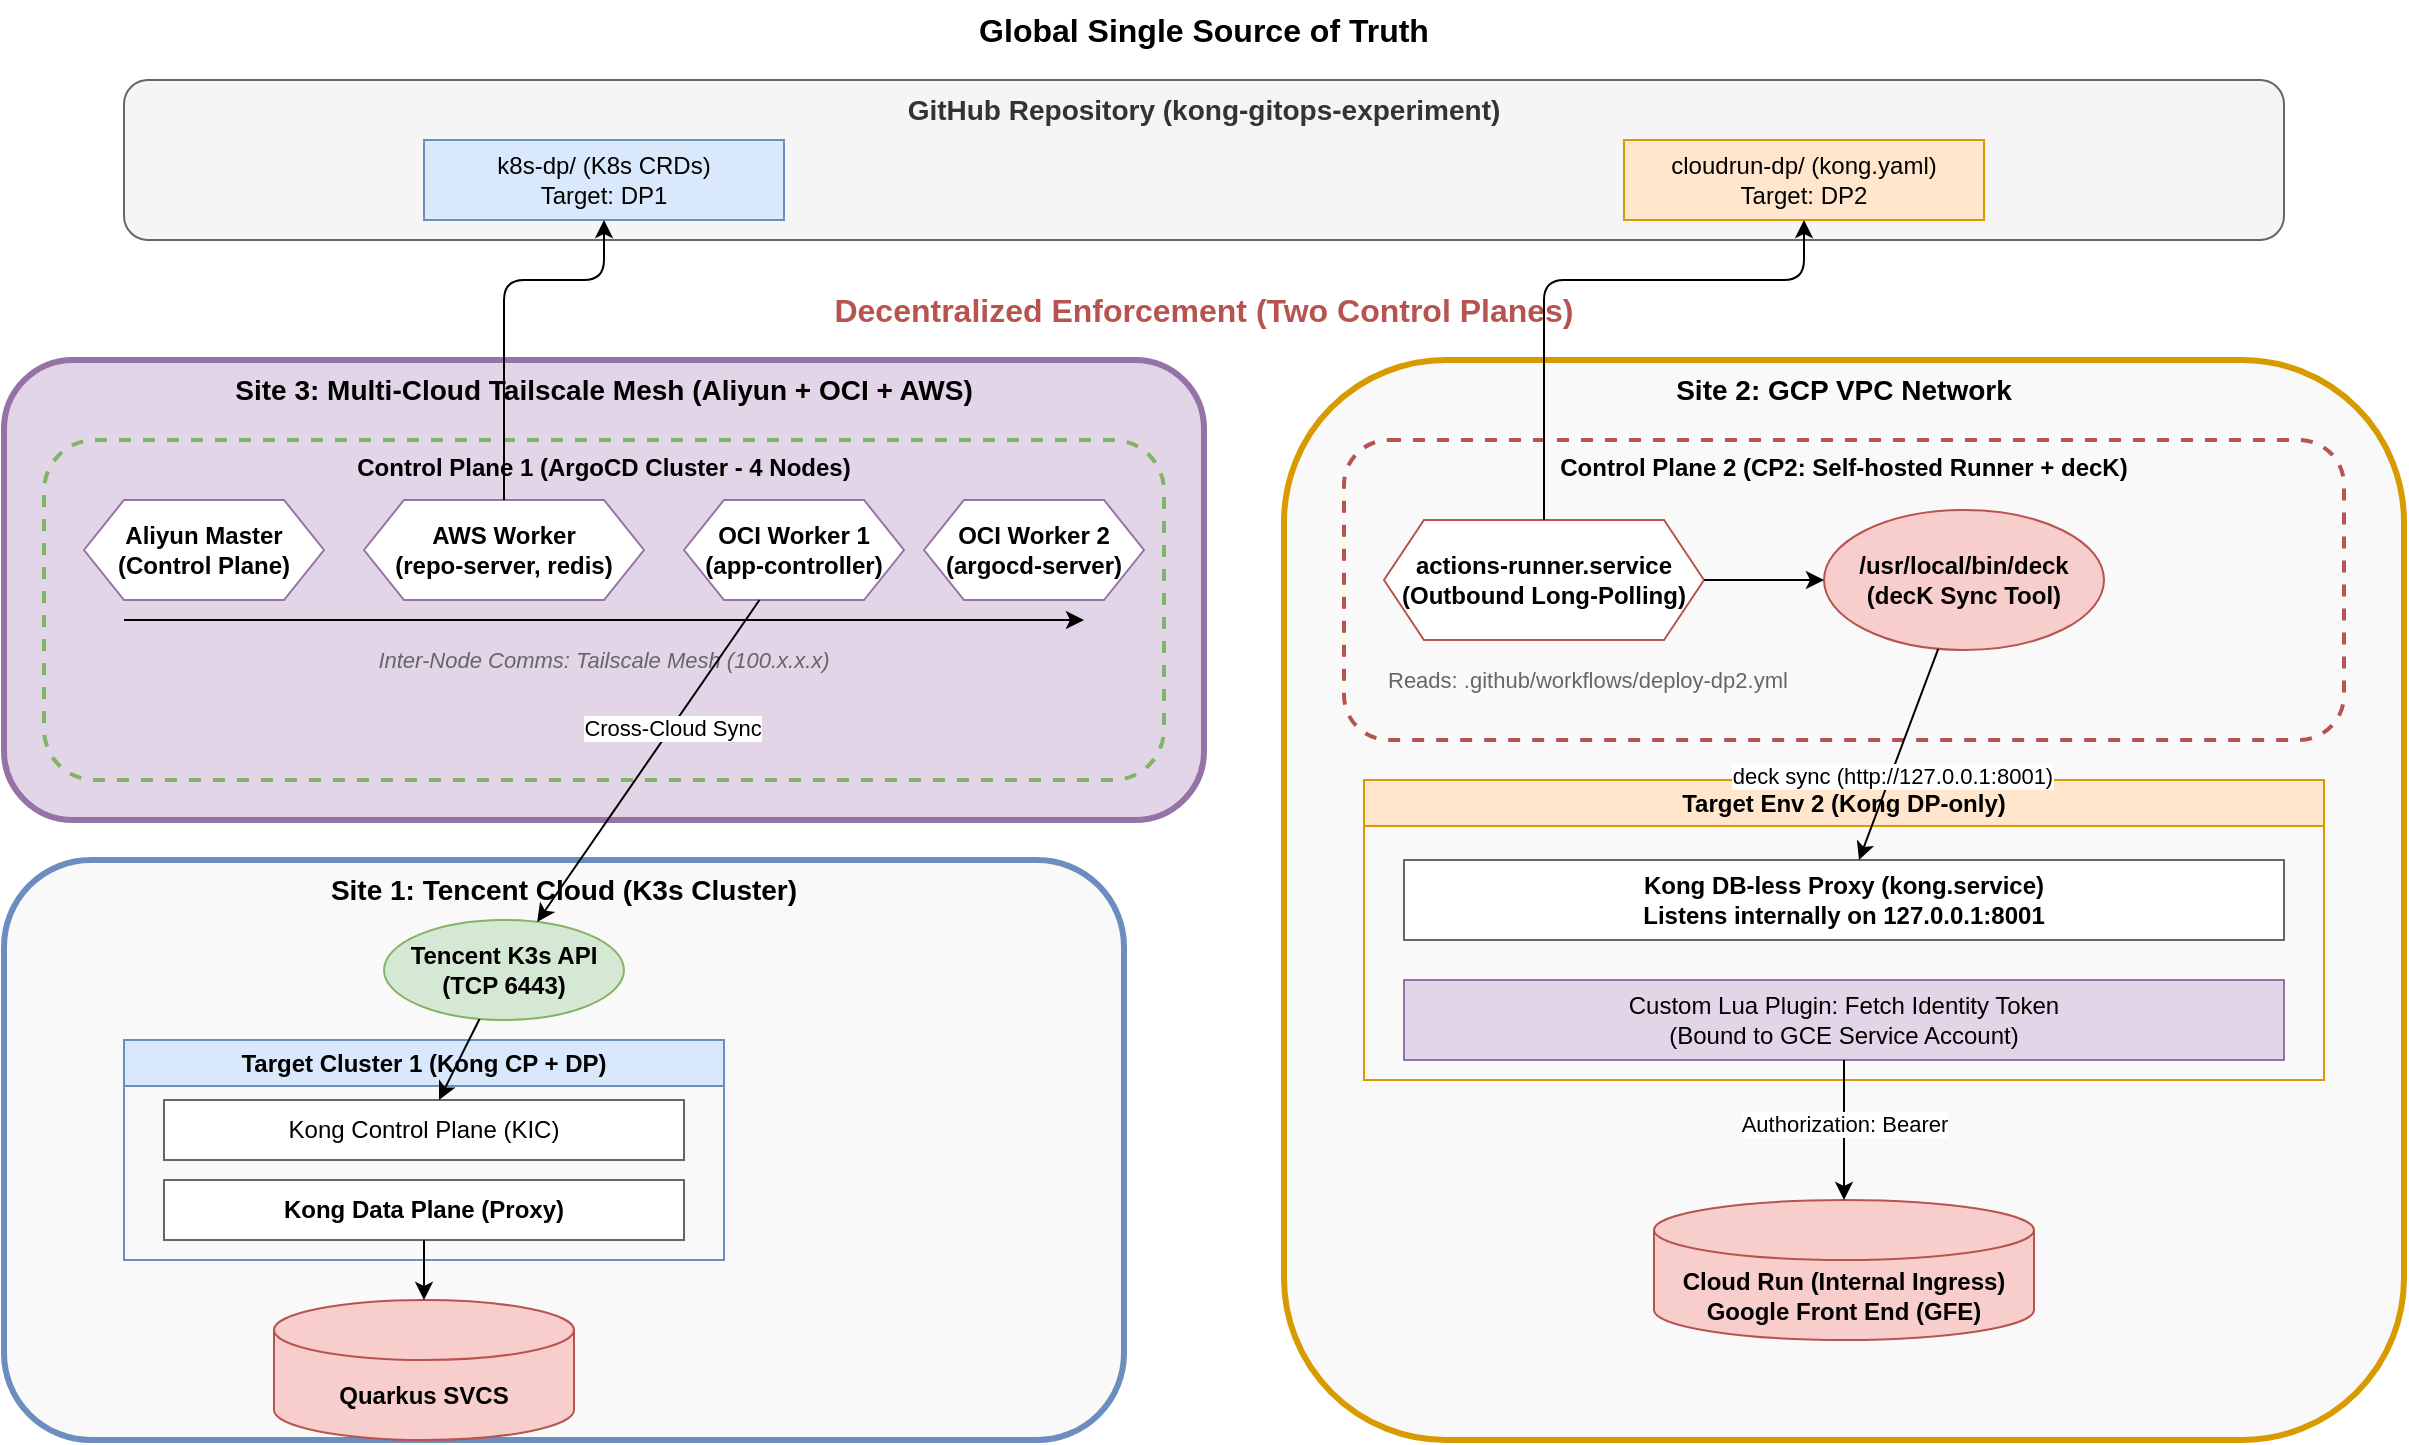
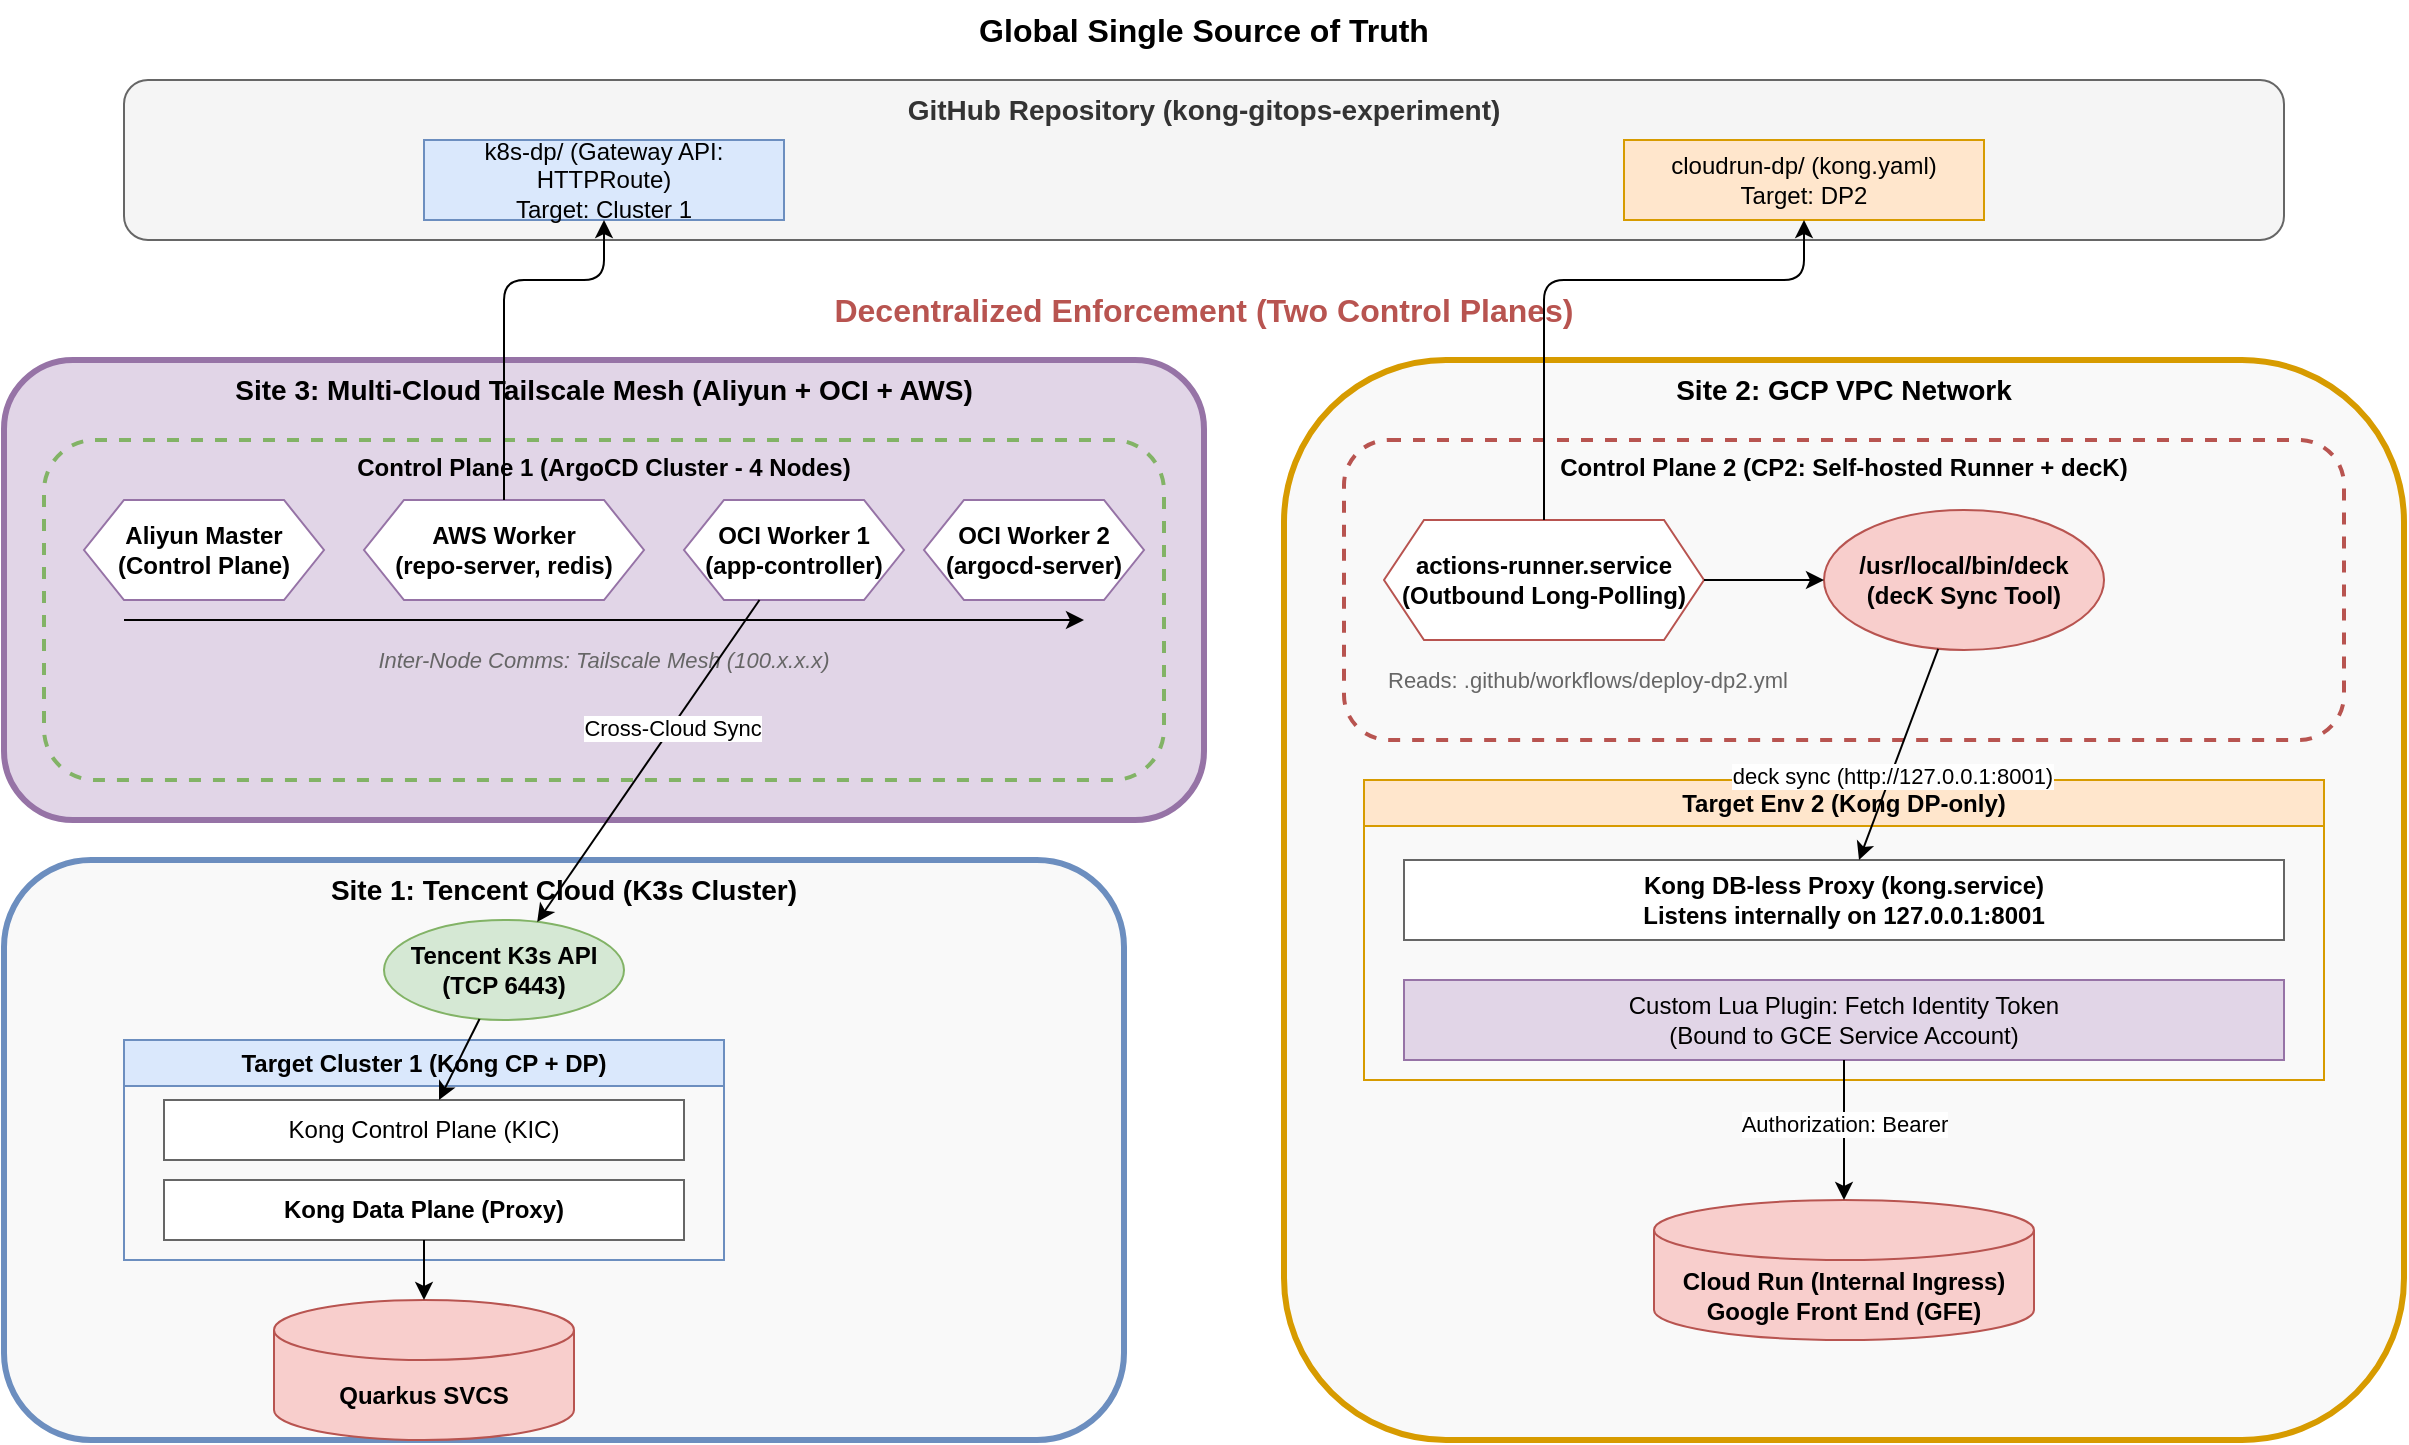
<mxfile host="Electron" modified="2026-06-06T14:45:00.000Z" agent="Mozilla/5.0" version="22.1.2" type="device">
  <diagram id="kong-gitops-cp-details" name="Architecture">
    <mxGraphModel dx="1434" dy="844" grid="1" gridSize="10" guides="1" tooltips="1" connect="1" arrows="1" fold="1" page="1" pageScale="1" pageWidth="1300" pageHeight="900" math="0" shadow="0">
      <root>
        <mxCell id="0" />
        <mxCell id="1" parent="0" />

        <!-- Global Truth -->
        <mxCell id="global_truth" value="Global Single Source of Truth" style="text;html=1;strokeColor=none;fillColor=none;align=center;verticalAlign=middle;whiteSpace=wrap;rounded=0;fontStyle=1;fontSize=16;" vertex="1" parent="1">
          <mxGeometry x="500" y="10" width="280" height="30" as="geometry" />
        </mxCell>

        <!-- GitHub Repo Box -->
        <mxCell id="github_repo" value="GitHub Repository (kong-gitops-experiment)" style="rounded=1;whiteSpace=wrap;html=1;fillColor=#f5f5f5;fontStyle=1;strokeColor=#666666;fontColor=#333333;verticalAlign=top;fontSize=14;" vertex="1" parent="1">
          <mxGeometry x="100" y="50" width="1080" height="80" as="geometry" />
        </mxCell>

-         <mxCell id="github_k8s_code" value="k8s-dp/ (K8s CRDs)&#10;Target: DP1" style="rounded=0;whiteSpace=wrap;html=1;fillColor=#dae8fc;strokeColor=#6c8ebf;" vertex="1" parent="1">
+         <mxCell id="github_k8s_code" value="k8s-dp/ (Gateway API: HTTPRoute)&#10;Target: Cluster 1" style="rounded=0;whiteSpace=wrap;html=1;fillColor=#dae8fc;strokeColor=#6c8ebf;" vertex="1" parent="1">
          <mxGeometry x="250" y="80" width="180" height="40" as="geometry" />
        </mxCell>

        <mxCell id="github_cr_code" value="cloudrun-dp/ (kong.yaml)&#10;Target: DP2" style="rounded=0;whiteSpace=wrap;html=1;fillColor=#ffe6cc;strokeColor=#d79b00;" vertex="1" parent="1">
          <mxGeometry x="850" y="80" width="180" height="40" as="geometry" />
        </mxCell>

        <!-- Decentralized Control Planes Header -->
        <mxCell id="decentralized_label" value="Decentralized Enforcement (Two Control Planes)" style="text;html=1;strokeColor=none;fillColor=none;align=center;verticalAlign=middle;whiteSpace=wrap;rounded=0;fontStyle=1;fontSize=16;fontColor=#b85450;" vertex="1" parent="1">
          <mxGeometry x="450" y="150" width="380" height="30" as="geometry" />
        </mxCell>

        <!-- Site 3: OCI & Aliyun & AWS -->
        <mxCell id="oci_cloud" value="Site 3: Multi-Cloud Tailscale Mesh (Aliyun + OCI + AWS)" style="rounded=1;whiteSpace=wrap;html=1;fillColor=#e1d5e7;strokeColor=#9673a6;strokeWidth=3;verticalAlign=top;fontStyle=1;fontSize=14;" vertex="1" parent="1">
          <mxGeometry x="40" y="190" width="600" height="230" as="geometry" />
        </mxCell>

        <!-- Site 1: Tencent Cloud -->
        <mxCell id="lan_cluster" value="Site 1: Tencent Cloud (K3s Cluster)" style="rounded=1;whiteSpace=wrap;html=1;fillColor=#f9f9f9;strokeColor=#6c8ebf;strokeWidth=3;verticalAlign=top;fontStyle=1;fontSize=14;" vertex="1" parent="1">
          <mxGeometry x="40" y="440" width="560" height="290" as="geometry" />
        </mxCell>

        <!-- Site 2: GCP -->
        <mxCell id="gcp_vpc" value="Site 2: GCP VPC Network" style="rounded=1;whiteSpace=wrap;html=1;fillColor=#f9f9f9;strokeColor=#d79b00;strokeWidth=3;verticalAlign=top;fontStyle=1;fontSize=14;" vertex="1" parent="1">
          <mxGeometry x="680" y="190" width="560" height="540" as="geometry" />
        </mxCell>

        <!-- CP1 Box (Cross-Cloud) -->
        <mxCell id="cp1_box" value="Control Plane 1 (ArgoCD Cluster - 4 Nodes)" style="rounded=1;whiteSpace=wrap;html=1;fillColor=none;strokeColor=#82b366;strokeWidth=2;dashed=1;verticalAlign=top;fontStyle=1;" vertex="1" parent="1">
          <mxGeometry x="60" y="230" width="560" height="170" as="geometry" />
        </mxCell>

        <mxCell id="cp1_aliyun" value="Aliyun Master&#10;(Control Plane)" style="shape=hexagon;perimeter=hexagonPerimeter2;whiteSpace=wrap;html=1;fixedSize=1;fillColor=#ffffff;strokeColor=#9673a6;fontStyle=1" vertex="1" parent="cp1_box">
          <mxGeometry x="20" y="30" width="120" height="50" as="geometry" />
        </mxCell>

        <mxCell id="cp1_aws" value="AWS Worker&#10;(repo-server, redis)" style="shape=hexagon;perimeter=hexagonPerimeter2;whiteSpace=wrap;html=1;fixedSize=1;fillColor=#ffffff;strokeColor=#9673a6;fontStyle=1" vertex="1" parent="cp1_box">
          <mxGeometry x="160" y="30" width="140" height="50" as="geometry" />
        </mxCell>

        <mxCell id="cp1_oci1" value="OCI Worker 1&#10;(app-controller)" style="shape=hexagon;perimeter=hexagonPerimeter2;whiteSpace=wrap;html=1;fixedSize=1;fillColor=#ffffff;strokeColor=#9673a6;fontStyle=1" vertex="1" parent="cp1_box">
          <mxGeometry x="320" y="30" width="110" height="50" as="geometry" />
        </mxCell>

        <mxCell id="cp1_oci2" value="OCI Worker 2&#10;(argocd-server)" style="shape=hexagon;perimeter=hexagonPerimeter2;whiteSpace=wrap;html=1;fixedSize=1;fillColor=#ffffff;strokeColor=#9673a6;fontStyle=1" vertex="1" parent="cp1_box">
          <mxGeometry x="440" y="30" width="110" height="50" as="geometry" />
        </mxCell>

        <!-- Tailscale Mesh Network inside CP1 -->
        <mxCell id="cp1_tailscale_desc" value="Inter-Node Comms: Tailscale Mesh (100.x.x.x)" style="text;html=1;strokeColor=none;fillColor=none;align=center;verticalAlign=middle;whiteSpace=wrap;rounded=0;fontStyle=2;fontSize=11;fontColor=#666666;" vertex="1" parent="cp1_box">
          <mxGeometry x="130" y="100" width="300" height="20" as="geometry" />
        </mxCell>
        <mxCell id="cp1_tailscale_line" edge="1" parent="cp1_box">
          <mxGeometry width="50" height="50" relative="1" as="geometry">
            <mxPoint x="40" y="90" as="sourcePoint" />
            <mxPoint x="520" y="90" as="targetPoint" />
          </mxGeometry>
        </mxCell>

        <!-- K8s API in Tencent -->
        <mxCell id="tencent_api" value="Tencent K3s API&#10;(TCP 6443)" style="ellipse;whiteSpace=wrap;html=1;fillColor=#d5e8d4;strokeColor=#82b366;fontStyle=1" vertex="1" parent="1">
          <mxGeometry x="230" y="470" width="120" height="50" as="geometry" />
        </mxCell>

        <!-- ArgoCD Application Controller -> Tencent API -->
        <mxCell id="argo_to_tencent" edge="1" parent="1" source="cp1_oci1" target="tencent_api">
          <mxGeometry relative="1" as="geometry" />
        </mxCell>
        <mxCell id="label_argo_sync" value="Cross-Cloud Sync" style="edgeLabel;html=1;align=center;verticalAlign=middle;resizable=0;points=[];" vertex="1" connectable="0" parent="argo_to_tencent">
          <mxGeometry x="-0.2" relative="1" as="geometry">
            <mxPoint as="offset" />
          </mxGeometry>
        </mxCell>

        <!-- DP1 (Tencent KIC) -->
        <mxCell id="dp1_box" value="Target Cluster 1 (Kong CP + DP)" style="swimlane;whiteSpace=wrap;html=1;fillColor=#dae8fc;strokeColor=#6c8ebf;fontStyle=1" vertex="1" parent="1">
          <mxGeometry x="100" y="530" width="300" height="110" as="geometry" />
        </mxCell>
        <mxCell id="kic1" value="Kong Control Plane (KIC)" style="rounded=0;whiteSpace=wrap;html=1;fillColor=#ffffff;strokeColor=#666666;" vertex="1" parent="dp1_box">
          <mxGeometry x="20" y="30" width="260" height="30" as="geometry" />
        </mxCell>
        <mxCell id="proxy1" value="Kong Data Plane (Proxy)" style="rounded=0;whiteSpace=wrap;html=1;fillColor=#ffffff;strokeColor=#666666;fontStyle=1" vertex="1" parent="dp1_box">
          <mxGeometry x="20" y="70" width="260" height="30" as="geometry" />
        </mxCell>

        <mxCell id="tencent_api_to_kic" edge="1" parent="1" source="tencent_api" target="kic1">
          <mxGeometry relative="1" as="geometry" />
        </mxCell>

        <!-- CP2 Box -->
        <mxCell id="cp2_box" value="Control Plane 2 (CP2: Self-hosted Runner + decK)" style="rounded=1;whiteSpace=wrap;html=1;fillColor=none;strokeColor=#b85450;strokeWidth=2;dashed=1;verticalAlign=top;fontStyle=1;" vertex="1" parent="1">
          <mxGeometry x="710" y="230" width="500" height="150" as="geometry" />
        </mxCell>
        <mxCell id="gh_actions_runner" value="actions-runner.service&#10;(Outbound Long-Polling)" style="shape=hexagon;perimeter=hexagonPerimeter2;whiteSpace=wrap;html=1;fixedSize=1;fillColor=#ffffff;strokeColor=#b85450;fontStyle=1" vertex="1" parent="cp2_box">
          <mxGeometry x="20" y="40" width="160" height="60" as="geometry" />
        </mxCell>
        <mxCell id="deck_tool" value="/usr/local/bin/deck&#10;(decK Sync Tool)" style="ellipse;whiteSpace=wrap;html=1;fillColor=#f8cecc;strokeColor=#b85450;fontStyle=1" vertex="1" parent="cp2_box">
          <mxGeometry x="240" y="35" width="140" height="70" as="geometry" />
        </mxCell>
        <mxCell id="run2deck" edge="1" parent="cp2_box" source="gh_actions_runner" target="deck_tool">
          <mxGeometry relative="1" as="geometry" />
        </mxCell>
        <mxCell id="cp2_desc" value="Reads: .github/workflows/deploy-dp2.yml" style="text;html=1;strokeColor=none;fillColor=none;align=left;verticalAlign=middle;whiteSpace=wrap;rounded=0;fontSize=11;fontColor=#666666;" vertex="1" parent="cp2_box">
          <mxGeometry x="20" y="110" width="250" height="20" as="geometry" />
        </mxCell>

        <!-- DP2 (GCP VM) -->
        <mxCell id="dp2_box" value="Target Env 2 (Kong DP-only)" style="swimlane;whiteSpace=wrap;html=1;fillColor=#ffe6cc;strokeColor=#d79b00;fontStyle=1" vertex="1" parent="1">
          <mxGeometry x="720" y="400" width="480" height="150" as="geometry" />
        </mxCell>
        <mxCell id="vm_kong" value="Kong DB-less Proxy (kong.service)&#10;Listens internally on 127.0.0.1:8001" style="rounded=0;whiteSpace=wrap;html=1;fillColor=#ffffff;strokeColor=#666666;fontStyle=1" vertex="1" parent="dp2_box">
          <mxGeometry x="20" y="40" width="440" height="40" as="geometry" />
        </mxCell>
        <mxCell id="custom_plugin" value="Custom Lua Plugin: Fetch Identity Token&#10;(Bound to GCE Service Account)" style="rounded=0;whiteSpace=wrap;html=1;fillColor=#e1d5e7;strokeColor=#9673a6;fontStyle=0" vertex="1" parent="dp2_box">
          <mxGeometry x="20" y="100" width="440" height="40" as="geometry" />
        </mxCell>

        <!-- Upstreams -->
        <mxCell id="k8s_svc" value="Quarkus SVCS" style="shape=cylinder3;whiteSpace=wrap;html=1;boundedLbl=1;backgroundOutline=1;size=15;fillColor=#f8cecc;strokeColor=#b85450;fontStyle=1" vertex="1" parent="1">
          <mxGeometry x="175" y="660" width="150" height="70" as="geometry" />
        </mxCell>
        <mxCell id="cr_svc" value="Cloud Run (Internal Ingress)&#10;Google Front End (GFE)" style="shape=cylinder3;whiteSpace=wrap;html=1;boundedLbl=1;backgroundOutline=1;size=15;fillColor=#f8cecc;strokeColor=#b85450;fontStyle=1" vertex="1" parent="1">
          <mxGeometry x="865" y="610" width="190" height="70" as="geometry" />
        </mxCell>

        <!-- Connections -->
        <!-- Pulls -->
        <mxCell id="pull1" edge="1" parent="1" source="cp1_aws" target="github_k8s_code">
          <mxGeometry relative="1" as="geometry">
            <Array as="points">
              <mxPoint x="290" y="150" />
              <mxPoint x="340" y="150" />
            </Array>
          </mxGeometry>
        </mxCell>
        <mxCell id="pull2" edge="1" parent="1" source="gh_actions_runner" target="github_cr_code">
          <mxGeometry relative="1" as="geometry">
            <Array as="points">
              <mxPoint x="810" y="150" />
              <mxPoint x="940" y="150" />
            </Array>
          </mxGeometry>
        </mxCell>

        <!-- decK to VM Admin API -->
        <mxCell id="deck_to_vm" edge="1" parent="1" source="deck_tool" target="vm_kong">
          <mxGeometry relative="1" as="geometry" />
        </mxCell>
        <mxCell id="label_deck" value="deck sync (http://127.0.0.1:8001)" style="edgeLabel;html=1;align=center;verticalAlign=middle;resizable=0;points=[];" vertex="1" connectable="0" parent="deck_to_vm">
          <mxGeometry x="0.2" relative="1" as="geometry">
            <mxPoint as="offset" />
          </mxGeometry>
        </mxCell>

        <!-- Routing -->
        <mxCell id="rt1" edge="1" parent="1" source="proxy1" target="k8s_svc">
          <mxGeometry relative="1" as="geometry" />
        </mxCell>
        <mxCell id="rt2" edge="1" parent="1" source="custom_plugin" target="cr_svc">
          <mxGeometry relative="1" as="geometry" />
        </mxCell>
        <mxCell id="label_auth" value="Authorization: Bearer &lt;ID_TOKEN&gt;" style="edgeLabel;html=1;align=center;verticalAlign=middle;resizable=0;points=[];" vertex="1" connectable="0" parent="rt2">
          <mxGeometry x="-0.1" relative="1" as="geometry">
            <mxPoint as="offset" />
          </mxGeometry>
        </mxCell>

      </root>
    </mxGraphModel>
  </diagram>
</mxfile>
